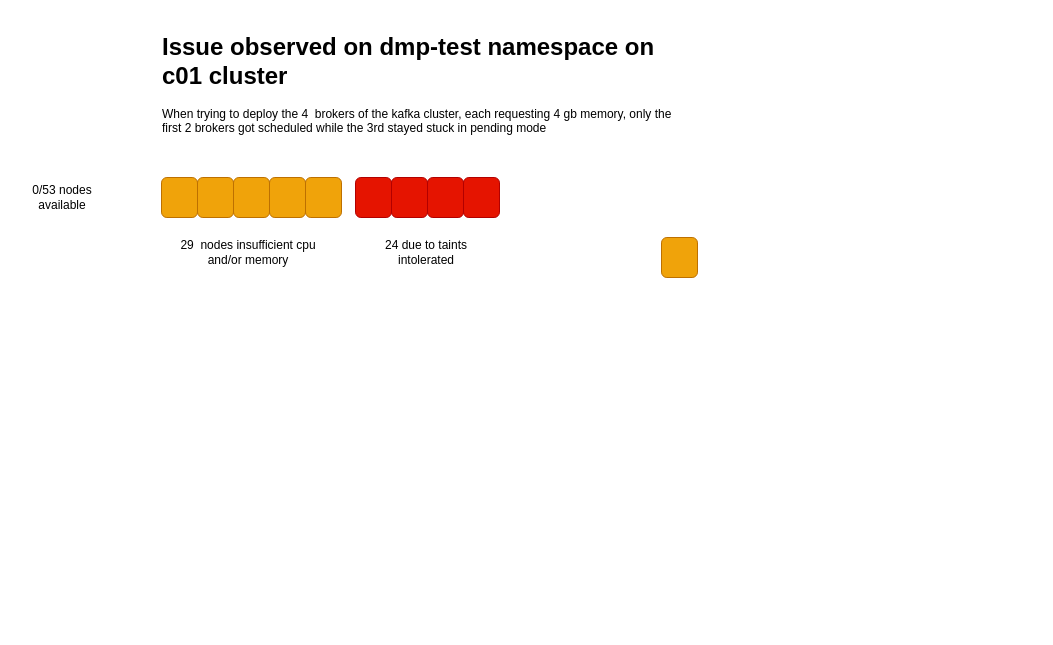
Before: page "solution-taints" (4 of 4) of oc_ns_resource_allocation.drawio in phgSW61HS/doczipkafka, a draw.io diagram. Source tidied: cells renumbered, new cells numbered last; positions are measured from the earlier drawing's top-left corner, leaving out a move shared by most shapes. Both pictures are drawn from the tidied source at 100%, with x=0, y=0 at pixel (17, 27).
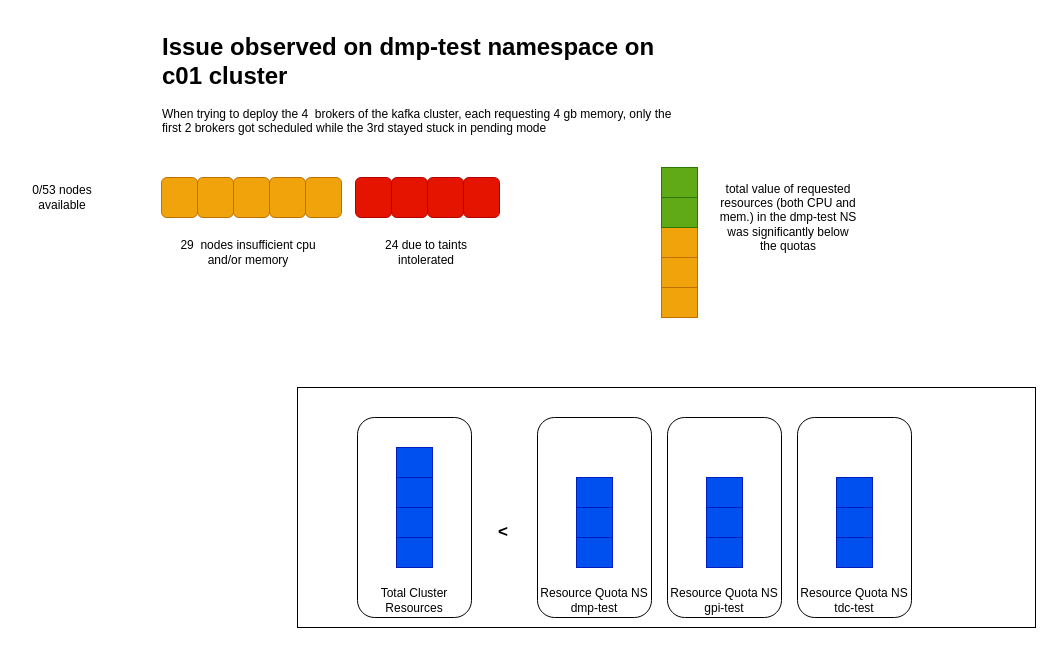
After the change.

Change to the diagram source:
```diff
@@
-    <mxCell id="15" style="rounded=1;whiteSpace=wrap;html=1;fillColor=#f0a30a;fontColor=#000000;strokeColor=#BD7000;" parent="1" vertex="1">
-      <mxGeometry x="644" y="210" width="36" height="40" as="geometry" />
+    <mxCell id="15" style="rounded=0;whiteSpace=wrap;html=1;fillColor=#f0a30a;fontColor=#000000;strokeColor=#BD7000;" parent="1" vertex="1">
+      <mxGeometry x="644" y="200" width="36" height="30" as="geometry" />
     </mxCell>
+    <mxCell id="16" style="rounded=0;whiteSpace=wrap;html=1;fillColor=#60a917;fontColor=#ffffff;strokeColor=#2D7600;" parent="1" vertex="1">
+      <mxGeometry x="644" y="170" width="36" height="30" as="geometry" />
+    </mxCell>
+    <mxCell id="17" style="rounded=0;whiteSpace=wrap;html=1;fillColor=#f0a30a;fontColor=#000000;strokeColor=#BD7000;" parent="1" vertex="1">
+      <mxGeometry x="644" y="230" width="36" height="30" as="geometry" />
+    </mxCell>
+    <mxCell id="18" style="rounded=0;whiteSpace=wrap;html=1;fillColor=#60a917;fontColor=#ffffff;strokeColor=#2D7600;" parent="1" vertex="1">
+      <mxGeometry x="644" y="140" width="36" height="30" as="geometry" />
+    </mxCell>
+    <mxCell id="19" style="rounded=0;whiteSpace=wrap;html=1;fillColor=#f0a30a;fontColor=#000000;strokeColor=#BD7000;" parent="1" vertex="1">
+      <mxGeometry x="644" y="260" width="36" height="30" as="geometry" />
+    </mxCell>
+    <mxCell id="20" value="total value of requested resources (both CPU and mem.) in the dmp-test NS was significantly below the quotas" style="text;html=1;strokeColor=none;fillColor=none;align=center;verticalAlign=middle;whiteSpace=wrap;rounded=0;" parent="1" vertex="1">
+      <mxGeometry x="700" y="160" width="142" height="60" as="geometry" />
+    </mxCell>
+    <mxCell id="21" style="rounded=0;whiteSpace=wrap;html=1;" parent="1" vertex="1">
+      <mxGeometry x="280" y="360" width="738" height="240" as="geometry" />
+    </mxCell>
+    <mxCell id="22" value="Total Cluster Resources" style="rounded=1;whiteSpace=wrap;html=1;verticalAlign=bottom;" parent="1" vertex="1">
+      <mxGeometry x="340" y="390" width="114" height="200" as="geometry" />
+    </mxCell>
+    <mxCell id="23" style="rounded=0;whiteSpace=wrap;html=1;fillColor=#0050ef;fontColor=#ffffff;strokeColor=#001DBC;" parent="1" vertex="1">
+      <mxGeometry x="379" y="480" width="36" height="30" as="geometry" />
+    </mxCell>
+    <mxCell id="24" style="rounded=0;whiteSpace=wrap;html=1;fillColor=#0050ef;fontColor=#ffffff;strokeColor=#001DBC;" parent="1" vertex="1">
+      <mxGeometry x="379" y="450" width="36" height="30" as="geometry" />
+    </mxCell>
+    <mxCell id="25" style="rounded=0;whiteSpace=wrap;html=1;fillColor=#0050ef;fontColor=#ffffff;strokeColor=#001DBC;" parent="1" vertex="1">
+      <mxGeometry x="379" y="510" width="36" height="30" as="geometry" />
+    </mxCell>
+    <mxCell id="26" style="rounded=0;whiteSpace=wrap;html=1;fillColor=#0050ef;fontColor=#ffffff;strokeColor=#001DBC;" parent="1" vertex="1">
+      <mxGeometry x="379" y="420" width="36" height="30" as="geometry" />
+    </mxCell>
+    <mxCell id="27" value="Resource Quota NS dmp-test" style="rounded=1;whiteSpace=wrap;html=1;verticalAlign=bottom;" parent="1" vertex="1">
+      <mxGeometry x="520" y="390" width="114" height="200" as="geometry" />
+    </mxCell>
+    <mxCell id="28" style="rounded=0;whiteSpace=wrap;html=1;fillColor=#0050ef;fontColor=#ffffff;strokeColor=#001DBC;" parent="1" vertex="1">
+      <mxGeometry x="559" y="480" width="36" height="30" as="geometry" />
+    </mxCell>
+    <mxCell id="29" style="rounded=0;whiteSpace=wrap;html=1;fillColor=#0050ef;fontColor=#ffffff;strokeColor=#001DBC;" parent="1" vertex="1">
+      <mxGeometry x="559" y="450" width="36" height="30" as="geometry" />
+    </mxCell>
+    <mxCell id="30" style="rounded=0;whiteSpace=wrap;html=1;fillColor=#0050ef;fontColor=#ffffff;strokeColor=#001DBC;" parent="1" vertex="1">
+      <mxGeometry x="559" y="510" width="36" height="30" as="geometry" />
+    </mxCell>
+    <mxCell id="31" value="Resource Quota NS gpi-test" style="rounded=1;whiteSpace=wrap;html=1;verticalAlign=bottom;" parent="1" vertex="1">
+      <mxGeometry x="650" y="390" width="114" height="200" as="geometry" />
+    </mxCell>
+    <mxCell id="32" style="rounded=0;whiteSpace=wrap;html=1;fillColor=#0050ef;fontColor=#ffffff;strokeColor=#001DBC;" parent="1" vertex="1">
+      <mxGeometry x="689" y="480" width="36" height="30" as="geometry" />
+    </mxCell>
+    <mxCell id="33" style="rounded=0;whiteSpace=wrap;html=1;fillColor=#0050ef;fontColor=#ffffff;strokeColor=#001DBC;" parent="1" vertex="1">
+      <mxGeometry x="689" y="450" width="36" height="30" as="geometry" />
+    </mxCell>
+    <mxCell id="34" style="rounded=0;whiteSpace=wrap;html=1;fillColor=#0050ef;fontColor=#ffffff;strokeColor=#001DBC;" parent="1" vertex="1">
+      <mxGeometry x="689" y="510" width="36" height="30" as="geometry" />
+    </mxCell>
+    <mxCell id="35" value="Resource Quota NS tdc-test" style="rounded=1;whiteSpace=wrap;html=1;verticalAlign=bottom;" parent="1" vertex="1">
+      <mxGeometry x="780" y="390" width="114" height="200" as="geometry" />
+    </mxCell>
+    <mxCell id="36" style="rounded=0;whiteSpace=wrap;html=1;fillColor=#0050ef;fontColor=#ffffff;strokeColor=#001DBC;" parent="1" vertex="1">
+      <mxGeometry x="819" y="480" width="36" height="30" as="geometry" />
+    </mxCell>
+    <mxCell id="37" style="rounded=0;whiteSpace=wrap;html=1;fillColor=#0050ef;fontColor=#ffffff;strokeColor=#001DBC;" parent="1" vertex="1">
+      <mxGeometry x="819" y="450" width="36" height="30" as="geometry" />
+    </mxCell>
+    <mxCell id="38" style="rounded=0;whiteSpace=wrap;html=1;fillColor=#0050ef;fontColor=#ffffff;strokeColor=#001DBC;" parent="1" vertex="1">
+      <mxGeometry x="819" y="510" width="36" height="30" as="geometry" />
+    </mxCell>
+    <mxCell id="39" value="&amp;lt;" style="text;html=1;strokeColor=none;fillColor=default;align=center;verticalAlign=middle;whiteSpace=wrap;rounded=0;fontSize=17;fontStyle=1;" parent="1" vertex="1">
+      <mxGeometry x="456" y="490" width="60" height="30" as="geometry" />
+    </mxCell>
```
